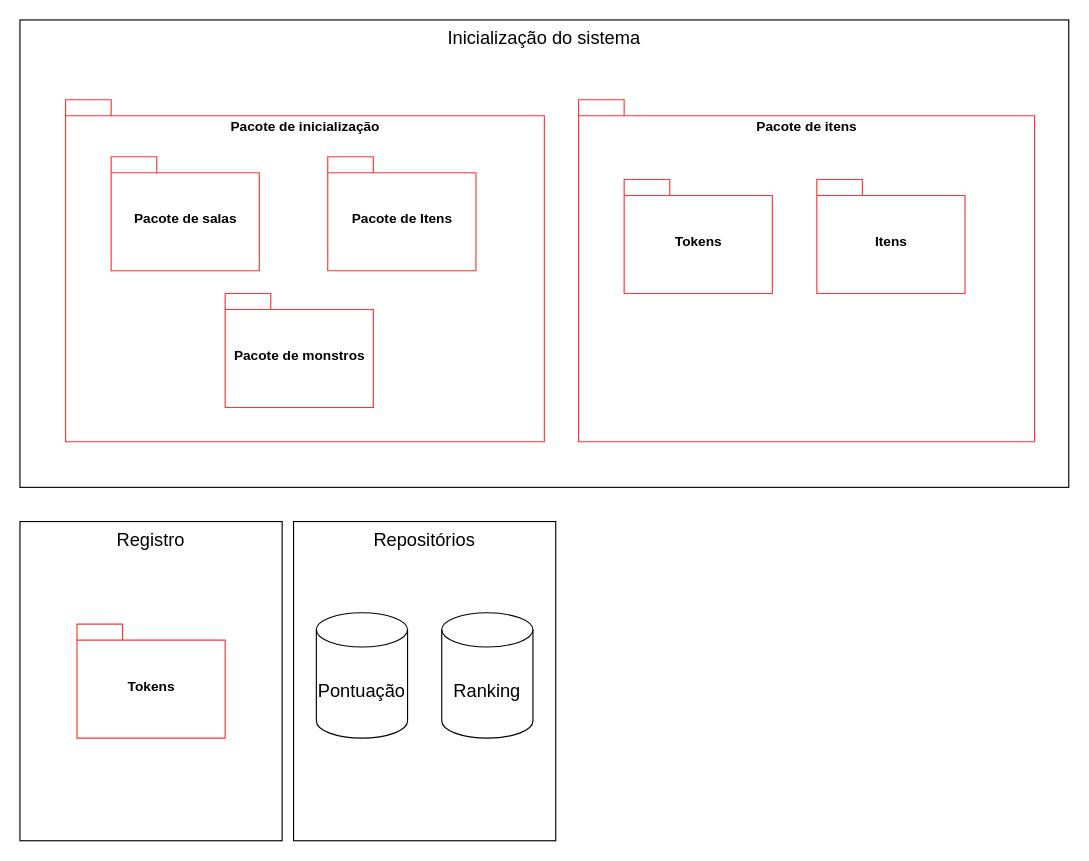
This is page "Visão de desenvolvimento" (3 of 4) of Descrição da Arquitetura.drawio from renanreyc/EngenhariaDeSoftware, a draw.io file, before an edit. Source tidied: cells renumbered, new cells numbered last; positions are measured from the earlier drawing's top-left corner, leaving out a move shared by most shapes. Both pictures are drawn from the tidied source at 114%, with x=0, y=0 at pixel (19, 19).
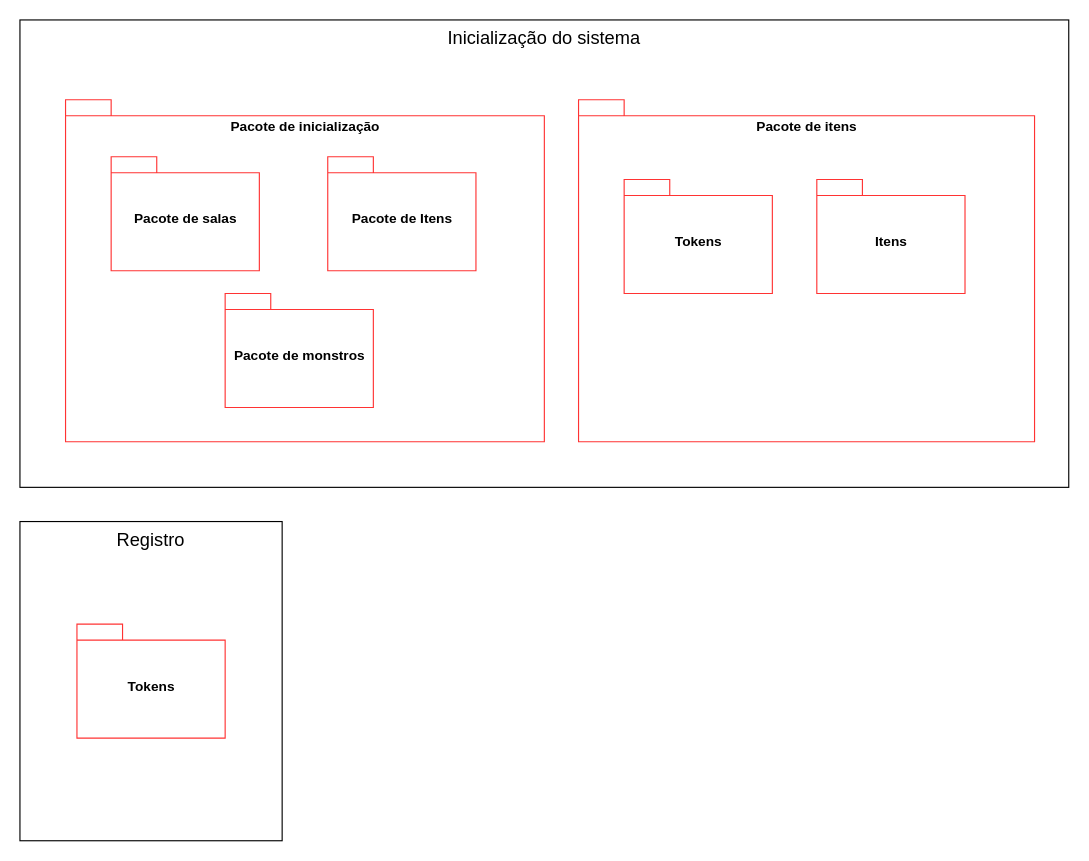
Above is the later version.

Diff of the diagram source:
```diff
@@
 <mxGraphModel>
   <root>
     <mxCell id="0" />
     <mxCell id="1" parent="0" />
-    <mxCell id="2" value="Repositórios" style="rounded=0;whiteSpace=wrap;html=1;strokeColor=#000000;fillColor=none;verticalAlign=top;labelPosition=center;verticalLabelPosition=middle;align=center;horizontal=1;fontSize=16;" parent="1" vertex="1">
-      <mxGeometry x="240" y="440" width="230" height="280" as="geometry" />
-    </mxCell>
     <mxCell id="3" value="Inicialização do sistema" style="rounded=0;whiteSpace=wrap;html=1;strokeColor=#000000;fillColor=none;verticalAlign=top;labelPosition=center;verticalLabelPosition=middle;align=center;horizontal=1;fontSize=16;" parent="1" vertex="1">
       <mxGeometry width="920" height="410" as="geometry" />
     </mxCell>
     <mxCell id="4" value="Pacote de inicialização" style="shape=folder;fontStyle=1;spacingTop=10;tabWidth=40;tabHeight=14;tabPosition=left;html=1;strokeColor=#FF3333;fillColor=none;verticalAlign=top;" parent="1" vertex="1">
       <mxGeometry x="40" y="70" width="420" height="300" as="geometry" />
     </mxCell>
     <mxCell id="5" value="Pacote de itens" style="shape=folder;fontStyle=1;spacingTop=10;tabWidth=40;tabHeight=14;tabPosition=left;html=1;strokeColor=#FF3333;fillColor=none;verticalAlign=top;" parent="1" vertex="1">
       <mxGeometry x="490" y="70" width="400" height="300" as="geometry" />
     </mxCell>
     <mxCell id="6" value="Tokens" style="shape=folder;fontStyle=1;spacingTop=10;tabWidth=40;tabHeight=14;tabPosition=left;html=1;strokeColor=#FF3333;fillColor=none;" parent="1" vertex="1">
       <mxGeometry x="530" y="140" width="130" height="100" as="geometry" />
     </mxCell>
     <mxCell id="7" value="Itens" style="shape=folder;fontStyle=1;spacingTop=10;tabWidth=40;tabHeight=14;tabPosition=left;html=1;strokeColor=#FF3333;fillColor=none;" parent="1" vertex="1">
       <mxGeometry x="699" y="140" width="130" height="100" as="geometry" />
     </mxCell>
     <mxCell id="8" value="Pacote de salas" style="shape=folder;fontStyle=1;spacingTop=10;tabWidth=40;tabHeight=14;tabPosition=left;html=1;strokeColor=#FF3333;fillColor=none;" parent="1" vertex="1">
       <mxGeometry x="80" y="120" width="130" height="100" as="geometry" />
     </mxCell>
     <mxCell id="9" value="Pacote de Itens" style="shape=folder;fontStyle=1;spacingTop=10;tabWidth=40;tabHeight=14;tabPosition=left;html=1;strokeColor=#FF3333;fillColor=none;" parent="1" vertex="1">
       <mxGeometry x="270" y="120" width="130" height="100" as="geometry" />
     </mxCell>
     <mxCell id="10" value="Pacote de monstros" style="shape=folder;fontStyle=1;spacingTop=10;tabWidth=40;tabHeight=14;tabPosition=left;html=1;strokeColor=#FF3333;fillColor=none;" parent="1" vertex="1">
       <mxGeometry x="180" y="240" width="130" height="100" as="geometry" />
     </mxCell>
     <mxCell id="11" value="Registro" style="rounded=0;whiteSpace=wrap;html=1;strokeColor=#000000;fillColor=none;verticalAlign=top;labelPosition=center;verticalLabelPosition=middle;align=center;horizontal=1;fontSize=16;" parent="1" vertex="1">
       <mxGeometry y="440" width="230" height="280" as="geometry" />
     </mxCell>
     <mxCell id="12" value="Tokens" style="shape=folder;fontStyle=1;spacingTop=10;tabWidth=40;tabHeight=14;tabPosition=left;html=1;strokeColor=#FF3333;fillColor=none;" parent="1" vertex="1">
       <mxGeometry x="50" y="530" width="130" height="100" as="geometry" />
     </mxCell>
-    <mxCell id="13" value="Ranking" style="shape=cylinder3;whiteSpace=wrap;html=1;boundedLbl=1;backgroundOutline=1;size=15;fontSize=16;strokeColor=#000000;fillColor=none;" parent="1" vertex="1">
-      <mxGeometry x="370" y="520" width="80" height="110" as="geometry" />
-    </mxCell>
-    <mxCell id="14" value="Pontuação" style="shape=cylinder3;whiteSpace=wrap;html=1;boundedLbl=1;backgroundOutline=1;size=15;fontSize=16;strokeColor=#000000;fillColor=none;" parent="1" vertex="1">
-      <mxGeometry x="260" y="520" width="80" height="110" as="geometry" />
-    </mxCell>
   </root>
 </mxGraphModel>
```
